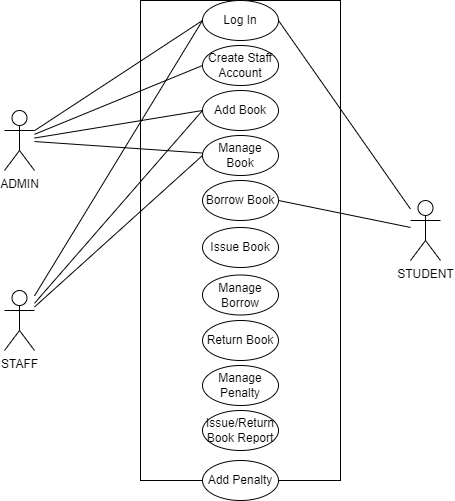
Jayrou12345/Flowchart keeps this draw.io diagram as use_case.drawio.png. Above is the earlier version. Source tidied: cells renumbered, new cells last; positions are measured from the earlier drawing's top-left corner, leaving out a move shared by most shapes.
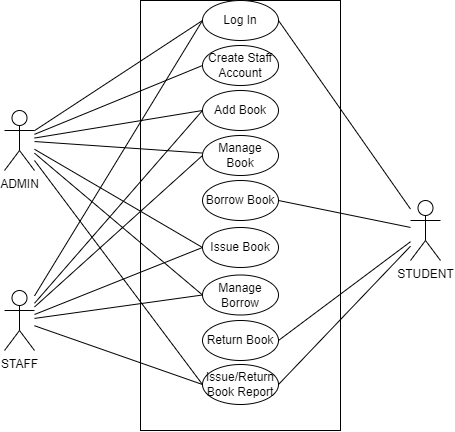
After the change.

Change to the diagram source:
```diff
@@ -3,7 +3,7 @@
     <mxCell id="0" />
     <mxCell id="1" parent="0" />
     <mxCell id="2" style="rounded=0;whiteSpace=wrap;html=1;" parent="1" vertex="1">
-      <mxGeometry x="136" width="200" height="480" as="geometry" />
+      <mxGeometry x="136" width="200" height="430" as="geometry" />
     </mxCell>
     <mxCell id="3" value="Log In" style="ellipse;whiteSpace=wrap;html=1;" parent="1" vertex="1">
       <mxGeometry x="198" width="76" height="40" as="geometry" />
@@ -20,6 +20,15 @@
     <mxCell id="7" style="edgeStyle=none;rounded=0;jettySize=auto;html=1;endArrow=none;endFill=0;" parent="1" edge="1" source="8" target="15">
       <mxGeometry relative="1" as="geometry" />
     </mxCell>
+    <mxCell id="26" style="edgeStyle=none;rounded=0;jettySize=auto;html=1;entryX=0;entryY=0.5;entryDx=0;entryDy=0;endArrow=none;endFill=0;" parent="1" edge="1" source="8" target="20">
+      <mxGeometry relative="1" as="geometry" />
+    </mxCell>
+    <mxCell id="27" style="edgeStyle=none;rounded=0;jettySize=auto;html=1;entryX=0;entryY=0.5;entryDx=0;entryDy=0;endArrow=none;endFill=0;" parent="1" edge="1" source="8" target="21">
+      <mxGeometry relative="1" as="geometry" />
+    </mxCell>
+    <mxCell id="28" style="edgeStyle=none;rounded=0;jettySize=auto;html=1;entryX=0;entryY=0.5;entryDx=0;entryDy=0;endArrow=none;endFill=0;" parent="1" edge="1" source="8" target="24">
+      <mxGeometry relative="1" as="geometry" />
+    </mxCell>
     <mxCell id="8" value="ADMIN" style="shape=umlActor;html=1;verticalLabelPosition=bottom;verticalAlign=top;align=center;" parent="1" vertex="1">
       <mxGeometry y="110" width="30" height="60" as="geometry" />
     </mxCell>
@@ -32,6 +41,15 @@
     <mxCell id="11" style="edgeStyle=none;rounded=0;jettySize=auto;html=1;entryX=0;entryY=0.5;entryDx=0;entryDy=0;endArrow=none;endFill=0;" parent="1" edge="1" source="12" target="3">
       <mxGeometry relative="1" as="geometry" />
     </mxCell>
+    <mxCell id="29" style="edgeStyle=none;rounded=0;jettySize=auto;html=1;entryX=0;entryY=0.5;entryDx=0;entryDy=0;endArrow=none;endFill=0;" parent="1" edge="1" source="12" target="20">
+      <mxGeometry relative="1" as="geometry" />
+    </mxCell>
+    <mxCell id="30" style="edgeStyle=none;rounded=0;jettySize=auto;html=1;entryX=0;entryY=0.5;entryDx=0;entryDy=0;endArrow=none;endFill=0;" parent="1" edge="1" source="12" target="21">
+      <mxGeometry relative="1" as="geometry" />
+    </mxCell>
+    <mxCell id="31" style="edgeStyle=none;rounded=0;jettySize=auto;html=1;entryX=0;entryY=0.5;entryDx=0;entryDy=0;endArrow=none;endFill=0;" parent="1" edge="1" source="12" target="24">
+      <mxGeometry relative="1" as="geometry" />
+    </mxCell>
     <mxCell id="12" value="STAFF" style="shape=umlActor;html=1;verticalLabelPosition=bottom;verticalAlign=top;align=center;" parent="1" vertex="1">
       <mxGeometry y="290" width="30" height="60" as="geometry" />
     </mxCell>
@@ -53,6 +71,12 @@
     <mxCell id="18" style="edgeStyle=none;rounded=0;jettySize=auto;html=1;entryX=1;entryY=0.5;entryDx=0;entryDy=0;endArrow=none;endFill=0;" parent="1" edge="1" source="19" target="3">
       <mxGeometry relative="1" as="geometry" />
     </mxCell>
+    <mxCell id="32" style="edgeStyle=none;rounded=0;jettySize=auto;html=1;entryX=1;entryY=0.5;entryDx=0;entryDy=0;endArrow=none;endFill=0;" parent="1" edge="1" source="19" target="22">
+      <mxGeometry relative="1" as="geometry" />
+    </mxCell>
+    <mxCell id="33" style="edgeStyle=none;rounded=0;jettySize=auto;html=1;entryX=1;entryY=0.5;entryDx=0;entryDy=0;endArrow=none;endFill=0;" parent="1" edge="1" source="19" target="24">
+      <mxGeometry relative="1" as="geometry" />
+    </mxCell>
     <mxCell id="19" value="STUDENT" style="shape=umlActor;html=1;verticalLabelPosition=bottom;verticalAlign=top;align=center;" parent="1" vertex="1">
       <mxGeometry x="406" y="200" width="30" height="60" as="geometry" />
     </mxCell>
@@ -65,14 +89,8 @@
     <mxCell id="22" value="Return Book" style="ellipse;whiteSpace=wrap;html=1;" parent="1" vertex="1">
       <mxGeometry x="198" y="320" width="76" height="40" as="geometry" />
     </mxCell>
-    <mxCell id="23" value="Manage Penalty" style="ellipse;whiteSpace=wrap;html=1;" parent="1" vertex="1">
-      <mxGeometry x="198" y="365" width="76" height="40" as="geometry" />
-    </mxCell>
     <mxCell id="24" value="Issue/Return Book Report" style="ellipse;whiteSpace=wrap;html=1;" parent="1" vertex="1">
-      <mxGeometry x="198" y="410" width="76" height="40" as="geometry" />
+      <mxGeometry x="198" y="364" width="76" height="40" as="geometry" />
     </mxCell>
-    <mxCell id="25" value="Add Penalty" style="ellipse;whiteSpace=wrap;html=1;" parent="1" vertex="1">
-      <mxGeometry x="198" y="460" width="76" height="40" as="geometry" />
-    </mxCell>
   </root>
 </mxGraphModel>
```
